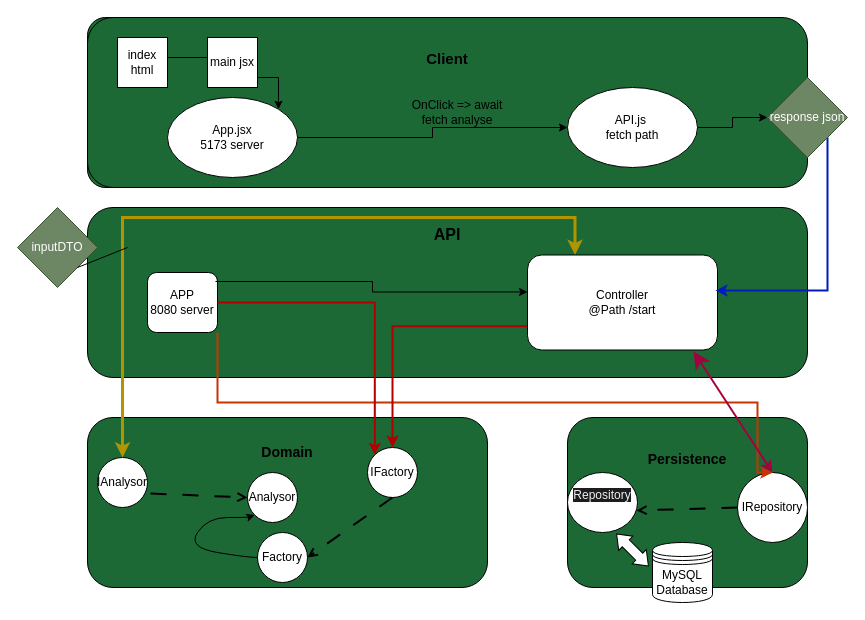
Above: Tekeningen/architectureDraw.drawio in WesleyMols/IPsportdata (draw.io), before the change. Source tidied: cells renumbered, new cells numbered last; positions are measured from the earlier drawing's top-left corner, leaving out a move shared by most shapes. Both pictures are drawn from the tidied source at 100%, with x=0, y=0 at pixel (17, 17).
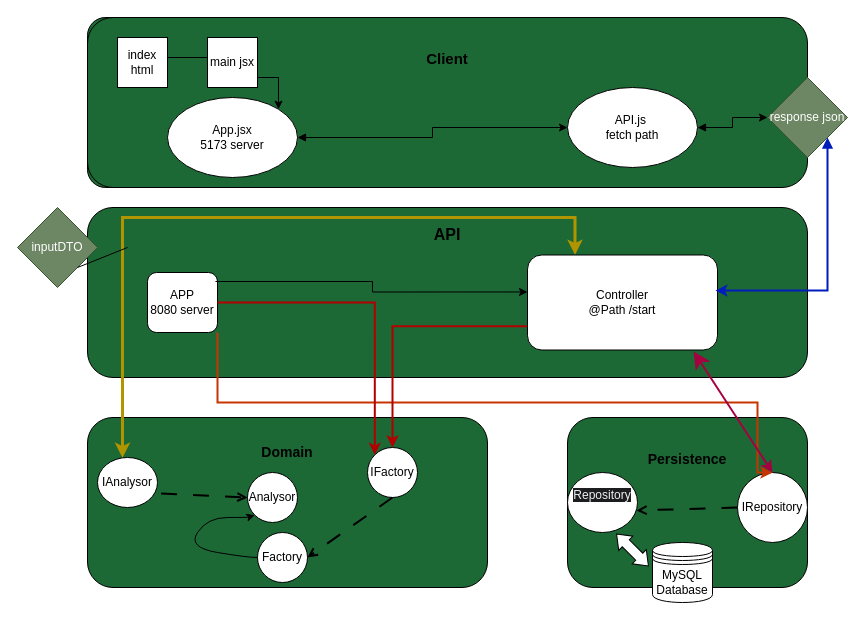
Above is the later version.

Unchanged cells that the change refers to:
```xml
<mxCell id="17" value="Controller&lt;br&gt;@Path /start" style="rounded=1;whiteSpace=wrap;html=1;" parent="1" vertex="1">
  <mxGeometry x="510" y="237.5" width="190" height="95" as="geometry" />
</mxCell>
<mxCell id="19" value="API.js&amp;nbsp;&lt;br&gt;fetch path" style="ellipse;whiteSpace=wrap;html=1;" parent="1" vertex="1">
  <mxGeometry x="550" y="70" width="130" height="80" as="geometry" />
</mxCell>
<mxCell id="21" value="App.jsx&lt;br&gt;5173 server" style="ellipse;whiteSpace=wrap;html=1;" parent="1" vertex="1">
  <mxGeometry x="150" y="80" width="130" height="80" as="geometry" />
</mxCell>
<mxCell id="37" value="response json" style="rhombus;whiteSpace=wrap;html=1;fillColor=#6d8764;fontColor=#ffffff;strokeColor=#3A5431;" parent="1" vertex="1">
  <mxGeometry x="750" y="60" width="80" height="80" as="geometry" />
</mxCell>
```

Change to the diagram source:
```diff
@@
     <mxCell id="12" value="IAnalysor" style="ellipse;whiteSpace=wrap;html=1;" parent="1" vertex="1">
-      <mxGeometry x="80" y="440" width="50" height="50" as="geometry" />
+      <mxGeometry x="80" y="440" width="60" height="50" as="geometry" />
     </mxCell>
@@
-    <mxCell id="16" style="edgeStyle=orthogonalEdgeStyle;rounded=0;jettySize=auto;html=1;exitX=0.25;exitY=0;exitDx=0;exitDy=0;entryX=0.5;entryY=0;entryDx=0;entryDy=0;fillColor=#e3c800;strokeColor=#B09500;strokeWidth=3;startArrow=classic;startFill=1;" parent="1" edge="1" source="17" target="12">
+    <mxCell id="16" style="edgeStyle=orthogonalEdgeStyle;rounded=0;jettySize=auto;html=1;exitX=0.25;exitY=0;exitDx=0;exitDy=0;fillColor=#e3c800;strokeColor=#B09500;strokeWidth=3;startArrow=classic;startFill=1;" parent="1" edge="1" source="17" target="12">
       <mxGeometry relative="1" as="geometry">
         <Array as="points">
           <mxPoint x="558" y="200" />
           <mxPoint x="105" y="200" />
         </Array>
       </mxGeometry>
     </mxCell>
@@
-    <mxCell id="18" style="edgeStyle=orthogonalEdgeStyle;rounded=0;jettySize=auto;html=1;" parent="1" edge="1" source="19" target="37">
+    <mxCell id="18" style="edgeStyle=orthogonalEdgeStyle;rounded=0;jettySize=auto;html=1;startArrow=block;startFill=1;" parent="1" edge="1" source="19" target="37">
       <mxGeometry relative="1" as="geometry" />
     </mxCell>
@@
-    <mxCell id="20" style="edgeStyle=orthogonalEdgeStyle;rounded=0;jettySize=auto;html=1;" parent="1" edge="1" source="21" target="19">
+    <mxCell id="20" style="edgeStyle=orthogonalEdgeStyle;rounded=0;jettySize=auto;html=1;startArrow=block;startFill=1;" parent="1" edge="1" source="21" target="19">
       <mxGeometry relative="1" as="geometry" />
     </mxCell>
@@
-    <mxCell id="36" style="edgeStyle=orthogonalEdgeStyle;rounded=0;jettySize=auto;html=1;entryX=0.989;entryY=0.374;entryDx=0;entryDy=0;entryPerimeter=0;fillColor=#0050ef;strokeColor=#001DBC;strokeWidth=2;" parent="1" edge="1" source="37" target="17">
+    <mxCell id="36" style="edgeStyle=orthogonalEdgeStyle;rounded=0;jettySize=auto;html=1;entryX=0.989;entryY=0.374;entryDx=0;entryDy=0;entryPerimeter=0;fillColor=#0050ef;strokeColor=#001DBC;strokeWidth=2;startArrow=block;startFill=1;" parent="1" edge="1" source="37" target="17">
       <mxGeometry relative="1" as="geometry">
         <Array as="points">
           <mxPoint x="810" y="273" />
         </Array>
       </mxGeometry>
     </mxCell>
@@
-    <mxCell id="38" value="OnClick =&amp;gt; await fetch analyse" style="text;html=1;strokeColor=none;fillColor=none;align=center;verticalAlign=middle;whiteSpace=wrap;rounded=0;" parent="1" vertex="1">
-      <mxGeometry x="380" y="80" width="120" height="30" as="geometry" />
-    </mxCell>
```
